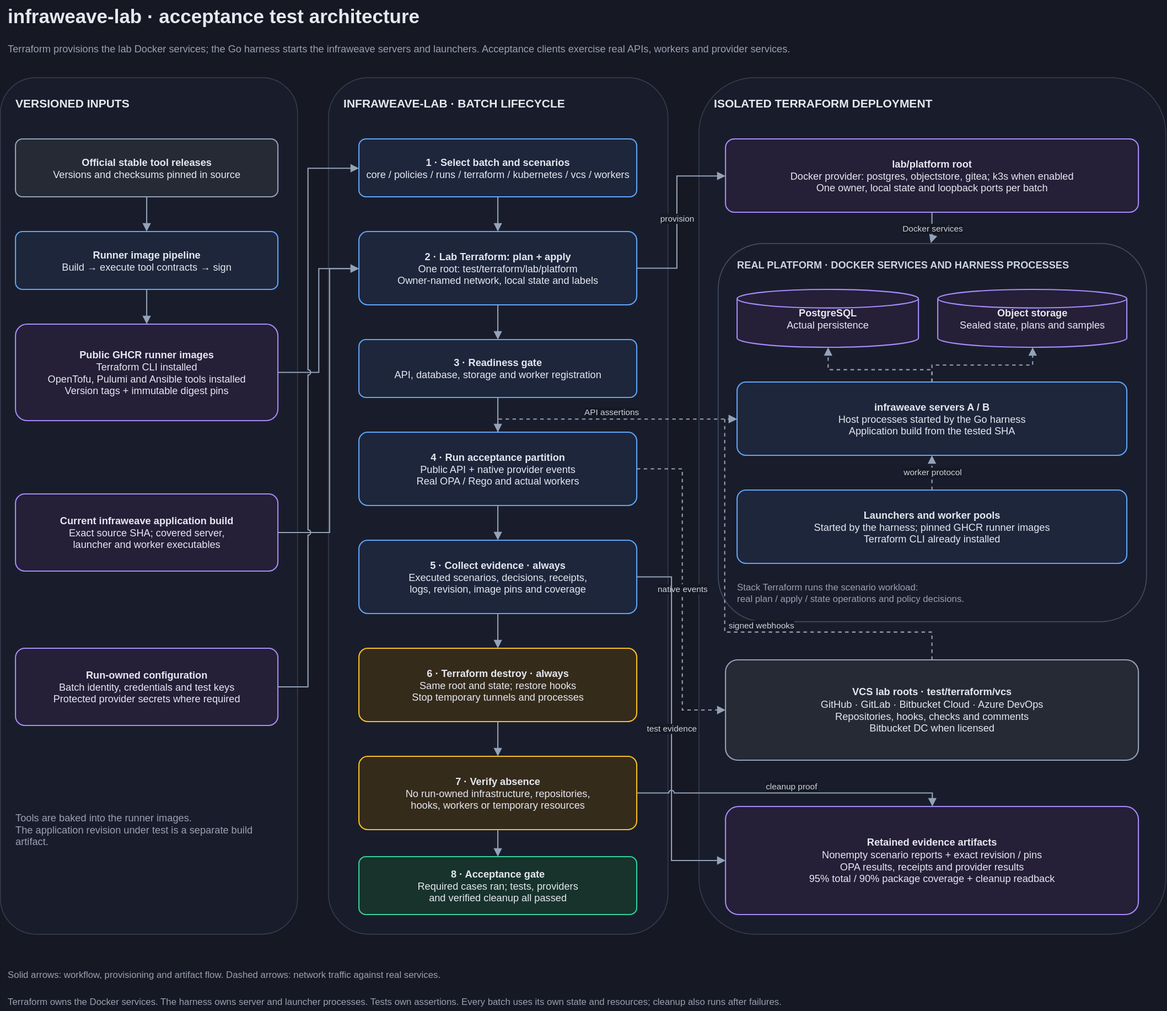
Above: docs/diagrams/infraweave-lab-test-architecture.drawio.svg in weaveplatform/infraweave (draw.io), before the change. Source tidied: cells renumbered, new cells last; positions are measured from the earlier drawing's top-left corner, leaving out a move shared by most shapes.
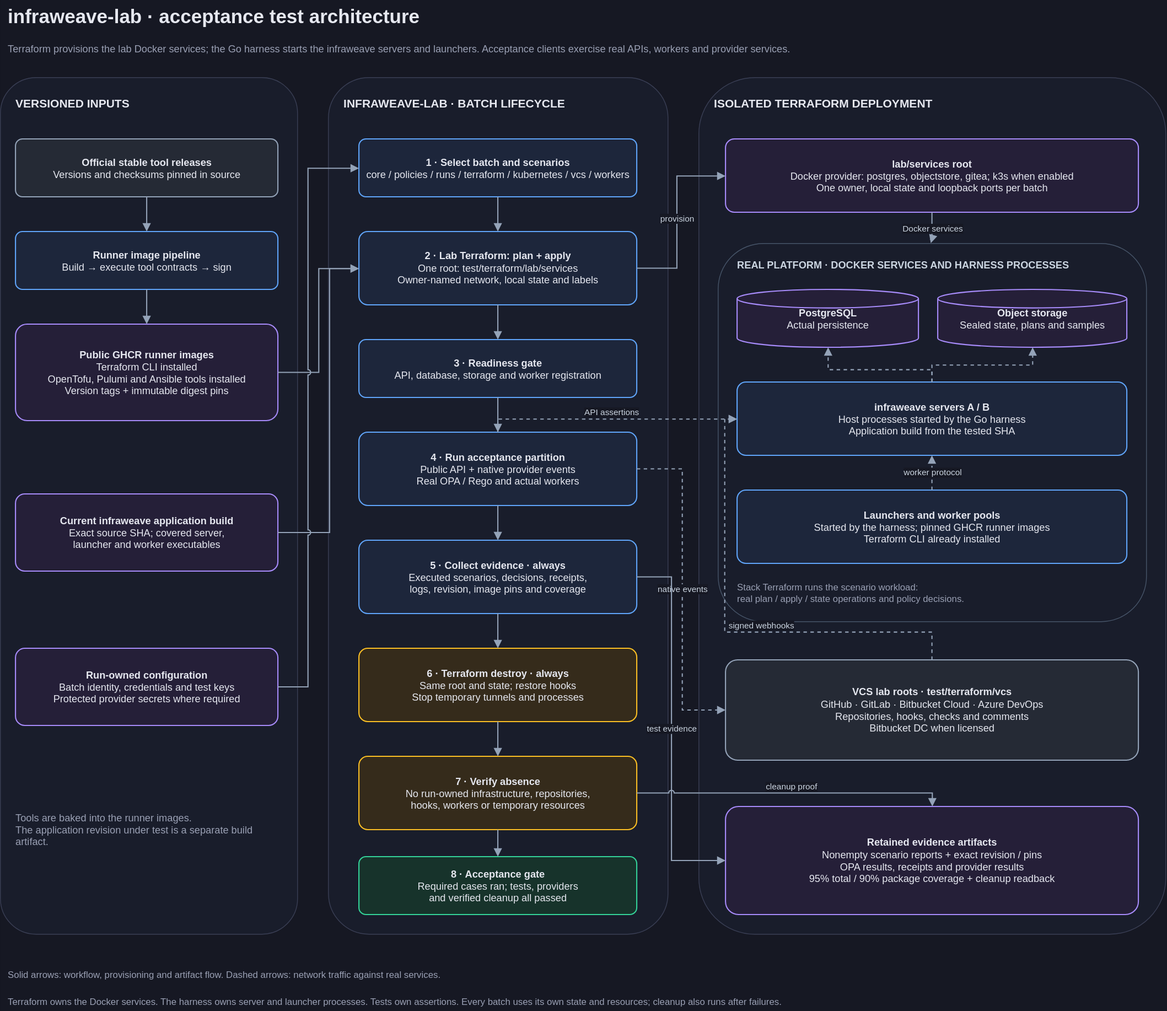
After the commit.

Change to the diagram source:
```diff
@@ -47,7 +47,7 @@
     <mxCell id="16" value="&lt;b&gt;1 · Select batch and scenarios&lt;/b&gt;&lt;br&gt;core / policies / runs / terraform / kubernetes / vcs / workers" style="rounded=1;arcSize=12;whiteSpace=wrap;html=1;fontFamily=Helvetica;fontSize=13;fontColor=#e6e8f0;strokeWidth=1.5;spacing=10;fillColor=#1d263b;strokeColor=#60a5fa;" parent="1" vertex="1">
       <mxGeometry x="465" y="180" width="360" height="75" as="geometry" />
     </mxCell>
-    <mxCell id="17" value="&lt;b&gt;2 · Lab Terraform: plan + apply&lt;/b&gt;&lt;br&gt;One root: test/terraform/lab/platform&lt;br&gt;Owner-named network, local state and labels" style="rounded=1;arcSize=12;whiteSpace=wrap;html=1;fontFamily=Helvetica;fontSize=13;fontColor=#e6e8f0;strokeWidth=1.5;spacing=10;fillColor=#1d263b;strokeColor=#60a5fa;" parent="1" vertex="1">
+    <mxCell id="17" value="&lt;b&gt;2 · Lab Terraform: plan + apply&lt;/b&gt;&lt;br&gt;One root: test/terraform/lab/services&lt;br&gt;Owner-named network, local state and labels" style="rounded=1;arcSize=12;whiteSpace=wrap;html=1;fontFamily=Helvetica;fontSize=13;fontColor=#e6e8f0;strokeWidth=1.5;spacing=10;fillColor=#1d263b;strokeColor=#60a5fa;" parent="1" vertex="1">
       <mxGeometry x="465" y="300" width="360" height="95" as="geometry" />
     </mxCell>
     <mxCell id="18" value="&lt;b&gt;3 · Readiness gate&lt;/b&gt;&lt;br&gt;API, database, storage and worker registration" style="rounded=1;arcSize=12;whiteSpace=wrap;html=1;fontFamily=Helvetica;fontSize=13;fontColor=#e6e8f0;strokeWidth=1.5;spacing=10;fillColor=#1d263b;strokeColor=#60a5fa;" parent="1" vertex="1">
@@ -68,7 +68,7 @@
     <mxCell id="23" value="&lt;b&gt;8 · Acceptance gate&lt;/b&gt;&lt;br&gt;Required cases ran; tests, providers&lt;br&gt;and verified cleanup all passed" style="rounded=1;arcSize=12;whiteSpace=wrap;html=1;fontFamily=Helvetica;fontSize=13;fontColor=#e6e8f0;strokeWidth=1.5;spacing=10;fillColor=#17332b;strokeColor=#34d399;" parent="1" vertex="1">
       <mxGeometry x="465" y="1110" width="360" height="75" as="geometry" />
     </mxCell>
-    <mxCell id="24" value="&lt;b&gt;lab/platform root&lt;/b&gt;&lt;br&gt;Docker provider: postgres, objectstore, gitea; k3s when enabled&lt;br&gt;One owner, local state and loopback ports per batch" style="rounded=1;arcSize=12;whiteSpace=wrap;html=1;fontFamily=Helvetica;fontSize=13;fontColor=#e6e8f0;strokeWidth=1.5;spacing=10;fillColor=#251f38;strokeColor=#a78bfa;" parent="1" vertex="1">
+    <mxCell id="24" value="&lt;b&gt;lab/services root&lt;/b&gt;&lt;br&gt;Docker provider: postgres, objectstore, gitea; k3s when enabled&lt;br&gt;One owner, local state and loopback ports per batch" style="rounded=1;arcSize=12;whiteSpace=wrap;html=1;fontFamily=Helvetica;fontSize=13;fontColor=#e6e8f0;strokeWidth=1.5;spacing=10;fillColor=#251f38;strokeColor=#a78bfa;" parent="1" vertex="1">
       <mxGeometry x="940" y="180" width="535" height="95" as="geometry" />
     </mxCell>
     <mxCell id="25" style="rounded=1;arcSize=12;whiteSpace=wrap;html=1;fontFamily=Helvetica;fontSize=13;fontColor=#e6e8f0;strokeWidth=1.5;spacing=10;fillColor=#191d2b;strokeColor=#3a3f55;dashed=0;strokeColor=#475569;strokeWidth=1;" parent="1" vertex="1">
```
